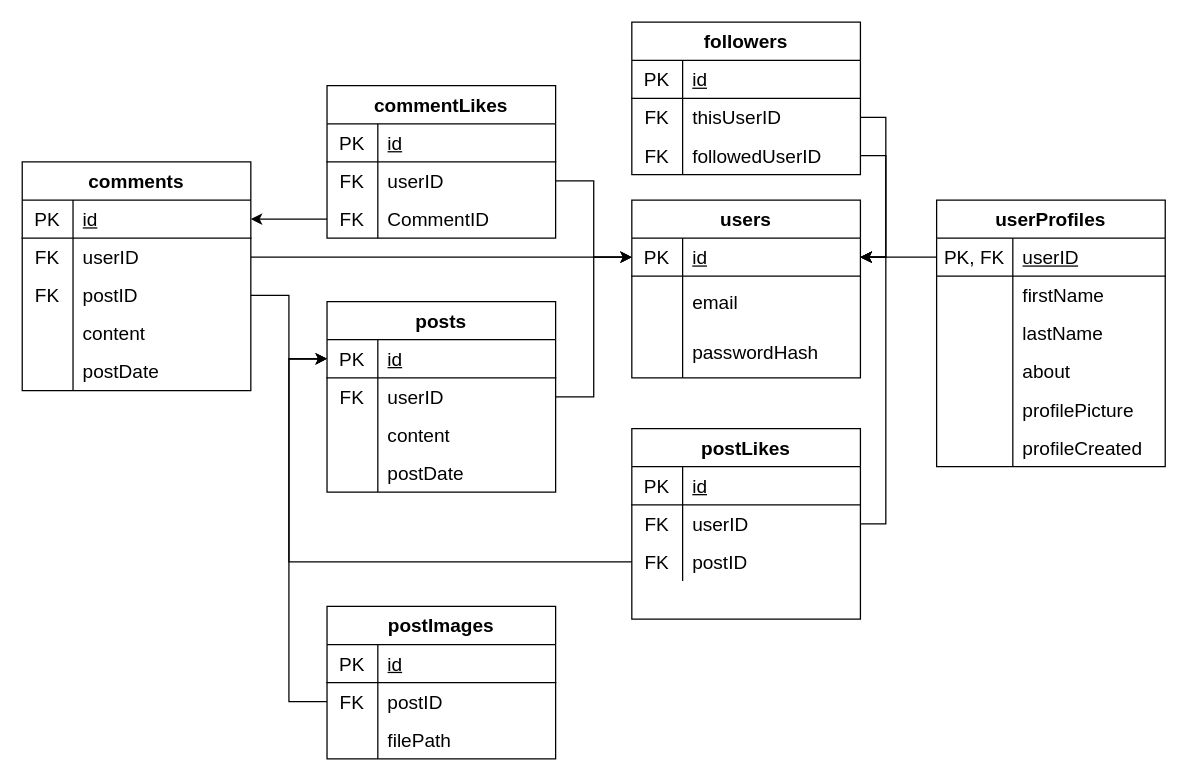
Earlier version of the draw.io diagram webbutveckling/Databaser/Moment4/relations.drawio (EliasEriksson/miun). Source tidied: cells renumbered, new cells numbered last; positions are measured from the earlier drawing's top-left corner, leaving out a move shared by most shapes. Both pictures are drawn from the tidied source at 127%, with x=0, y=0 at pixel (22, 22).
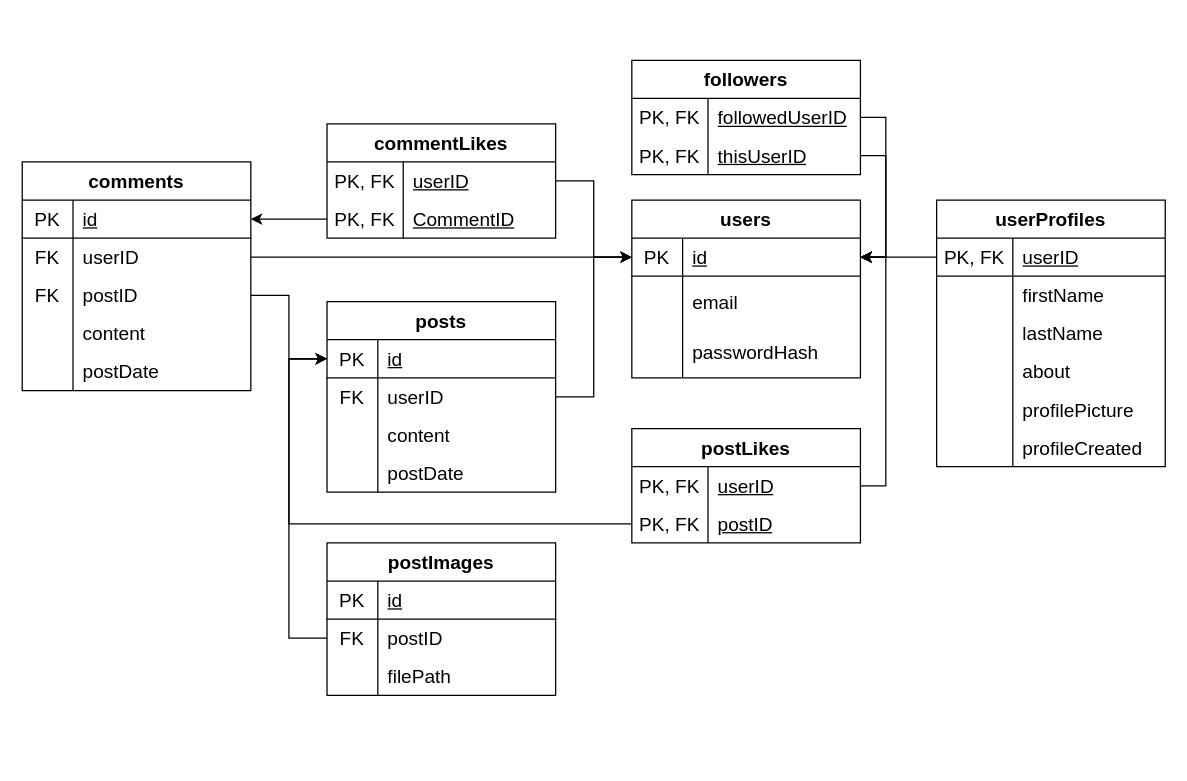
The same page after the edit.

Unchanged cells that the change refers to:
```xml
<mxCell id="3" style="shape=partialRectangle;html=1;whiteSpace=wrap;fillColor=none;top=0;left=0;bottom=1;right=0;points=[[0,0.5],[1,0.5]];portConstraint=eastwest;fontSize=15;" parent="2" vertex="1">
  <mxGeometry y="30" width="180" height="30" as="geometry" />
</mxCell>
<mxCell id="13" style="shape=partialRectangle;html=1;whiteSpace=wrap;fillColor=none;top=0;left=0;bottom=1;right=0;points=[[0,0.5],[1,0.5]];portConstraint=eastwest;fontSize=15;" parent="12" vertex="1">
  <mxGeometry y="30" width="180" height="30" as="geometry" />
</mxCell>
<mxCell id="84" style="shape=partialRectangle;html=1;whiteSpace=wrap;fillColor=none;top=0;left=0;bottom=0;right=0;points=[[0,0.5],[1,0.5]];portConstraint=eastwest;fontSize=15;" parent="80" vertex="1">
  <mxGeometry y="60" width="180" height="30" as="geometry" />
</mxCell>
<mxCell id="94" style="shape=partialRectangle;html=1;whiteSpace=wrap;fillColor=none;top=0;left=0;bottom=0;right=0;points=[[0,0.5],[1,0.5]];portConstraint=eastwest;fontSize=15;" parent="90" vertex="1">
  <mxGeometry y="60" width="180" height="30" as="geometry" />
</mxCell>
```

Change to the diagram source:
```diff
@@
     <mxCell id="25" value="commentLikes" style="shape=table;html=1;whiteSpace=wrap;startSize=30;childLayout=tableLayout;rowLines=0;fontStyle=1;align=center;fontSize=15;" parent="1" vertex="1">
-      <mxGeometry x="240" y="50" width="180" height="120" as="geometry" />
+      <mxGeometry x="240" y="80" width="180" height="90" as="geometry" />
     </mxCell>
-    <mxCell id="26" style="shape=partialRectangle;html=1;whiteSpace=wrap;fillColor=none;top=0;left=0;bottom=1;right=0;fontSize=15;" parent="25" vertex="1">
-      <mxGeometry y="30" width="180" height="30" as="geometry" />
-    </mxCell>
-    <mxCell id="27" value="PK" style="shape=partialRectangle;html=1;whiteSpace=wrap;fillColor=none;top=0;left=0;bottom=0;right=0;overflow=hidden;fontSize=15;" parent="26" vertex="1">
-      <mxGeometry width="40" height="30" as="geometry" />
-    </mxCell>
-    <mxCell id="28" value="&lt;u style=&quot;font-size: 15px;&quot;&gt;id&lt;/u&gt;" style="shape=partialRectangle;html=1;whiteSpace=wrap;fillColor=none;top=0;left=0;bottom=0;right=0;align=left;spacingLeft=6;overflow=hidden;fontSize=15;" parent="26" vertex="1">
-      <mxGeometry x="40" width="140" height="30" as="geometry" />
-    </mxCell>
     <mxCell id="29" style="shape=partialRectangle;html=1;whiteSpace=wrap;fillColor=none;top=0;left=0;bottom=0;right=0;points=[[0,0.5],[1,0.5]];portConstraint=eastwest;fontSize=15;" parent="25" vertex="1">
-      <mxGeometry y="60" width="180" height="30" as="geometry" />
+      <mxGeometry y="30" width="180" height="30" as="geometry" />
     </mxCell>
-    <mxCell id="30" value="FK" style="shape=partialRectangle;html=1;whiteSpace=wrap;fillColor=none;top=0;left=0;bottom=0;right=0;overflow=hidden;fontSize=15;" parent="29" vertex="1">
-      <mxGeometry width="40" height="30" as="geometry" />
+    <mxCell id="30" value="PK, FK" style="shape=partialRectangle;html=1;whiteSpace=wrap;fillColor=none;top=0;left=0;bottom=0;right=0;overflow=hidden;fontSize=15;" parent="29" vertex="1">
+      <mxGeometry width="60" height="30" as="geometry" />
     </mxCell>
-    <mxCell id="31" value="userID" style="shape=partialRectangle;html=1;whiteSpace=wrap;fillColor=none;top=0;left=0;bottom=0;right=0;align=left;spacingLeft=6;overflow=hidden;fontSize=15;" parent="29" vertex="1">
-      <mxGeometry x="40" width="140" height="30" as="geometry" />
+    <mxCell id="31" value="&lt;u&gt;userID&lt;/u&gt;" style="shape=partialRectangle;html=1;whiteSpace=wrap;fillColor=none;top=0;left=0;bottom=0;right=0;align=left;spacingLeft=6;overflow=hidden;fontSize=15;" parent="29" vertex="1">
+      <mxGeometry x="60" width="120" height="30" as="geometry" />
     </mxCell>
     <mxCell id="32" style="shape=partialRectangle;html=1;whiteSpace=wrap;fillColor=none;top=0;left=0;bottom=0;right=0;points=[[0,0.5],[1,0.5]];portConstraint=eastwest;fontSize=15;" parent="25" vertex="1">
-      <mxGeometry y="90" width="180" height="30" as="geometry" />
+      <mxGeometry y="60" width="180" height="30" as="geometry" />
     </mxCell>
-    <mxCell id="33" value="FK" style="shape=partialRectangle;html=1;whiteSpace=wrap;fillColor=none;top=0;left=0;bottom=0;right=0;overflow=hidden;fontSize=15;" parent="32" vertex="1">
-      <mxGeometry width="40" height="30" as="geometry" />
+    <mxCell id="33" value="PK, FK" style="shape=partialRectangle;html=1;whiteSpace=wrap;fillColor=none;top=0;left=0;bottom=0;right=0;overflow=hidden;fontSize=15;" parent="32" vertex="1">
+      <mxGeometry width="60" height="30" as="geometry" />
     </mxCell>
-    <mxCell id="34" value="CommentID" style="shape=partialRectangle;html=1;whiteSpace=wrap;fillColor=none;top=0;left=0;bottom=0;right=0;align=left;spacingLeft=6;overflow=hidden;fontSize=15;" parent="32" vertex="1">
-      <mxGeometry x="40" width="140" height="30" as="geometry" />
+    <mxCell id="34" value="&lt;u&gt;CommentID&lt;/u&gt;" style="shape=partialRectangle;html=1;whiteSpace=wrap;fillColor=none;top=0;left=0;bottom=0;right=0;align=left;spacingLeft=6;overflow=hidden;fontSize=15;" parent="32" vertex="1">
+      <mxGeometry x="60" width="120" height="30" as="geometry" />
     </mxCell>
@@
+    <mxCell id="111" style="edgeStyle=orthogonalEdgeStyle;rounded=0;jettySize=auto;html=1;entryX=1;entryY=0.5;entryDx=0;entryDy=0;" parent="1" edge="1" source="70" target="3">
+      <mxGeometry relative="1" as="geometry">
+        <Array as="points">
+          <mxPoint x="680" y="365" />
+          <mxPoint x="680" y="185" />
+        </Array>
+      </mxGeometry>
+    </mxCell>
     <mxCell id="70" value="postLikes" style="shape=table;html=1;whiteSpace=wrap;startSize=30;childLayout=tableLayout;rowLines=0;fontStyle=1;align=center;fontSize=15;" parent="1" vertex="1">
-      <mxGeometry x="480" y="320" width="180" height="150" as="geometry" />
+      <mxGeometry x="480" y="320" width="180" height="90" as="geometry" />
     </mxCell>
-    <mxCell id="71" style="shape=partialRectangle;html=1;whiteSpace=wrap;fillColor=none;top=0;left=0;bottom=1;right=0;fontSize=15;" parent="70" vertex="1">
-      <mxGeometry y="30" width="180" height="30" as="geometry" />
-    </mxCell>
-    <mxCell id="72" value="PK" style="shape=partialRectangle;html=1;whiteSpace=wrap;fillColor=none;top=0;left=0;bottom=0;right=0;overflow=hidden;fontSize=15;" parent="71" vertex="1">
-      <mxGeometry width="40" height="30" as="geometry" />
-    </mxCell>
-    <mxCell id="73" value="&lt;u style=&quot;font-size: 15px;&quot;&gt;id&lt;/u&gt;" style="shape=partialRectangle;html=1;whiteSpace=wrap;fillColor=none;top=0;left=0;bottom=0;right=0;align=left;spacingLeft=6;overflow=hidden;fontSize=15;" parent="71" vertex="1">
-      <mxGeometry x="40" width="140" height="30" as="geometry" />
-    </mxCell>
     <mxCell id="74" style="shape=partialRectangle;html=1;whiteSpace=wrap;fillColor=none;top=0;left=0;bottom=0;right=0;points=[[0,0.5],[1,0.5]];portConstraint=eastwest;fontSize=15;" parent="70" vertex="1">
-      <mxGeometry y="60" width="180" height="30" as="geometry" />
+      <mxGeometry y="30" width="180" height="30" as="geometry" />
     </mxCell>
-    <mxCell id="75" value="FK" style="shape=partialRectangle;html=1;whiteSpace=wrap;fillColor=none;top=0;left=0;bottom=0;right=0;overflow=hidden;fontSize=15;" parent="74" vertex="1">
-      <mxGeometry width="40" height="30" as="geometry" />
+    <mxCell id="75" value="PK, FK" style="shape=partialRectangle;html=1;whiteSpace=wrap;fillColor=none;top=0;left=0;bottom=0;right=0;overflow=hidden;fontSize=15;" parent="74" vertex="1">
+      <mxGeometry width="60" height="30" as="geometry" />
     </mxCell>
-    <mxCell id="76" value="userID" style="shape=partialRectangle;html=1;whiteSpace=wrap;fillColor=none;top=0;left=0;bottom=0;right=0;align=left;spacingLeft=6;overflow=hidden;fontSize=15;" parent="74" vertex="1">
-      <mxGeometry x="40" width="140" height="30" as="geometry" />
+    <mxCell id="76" value="&lt;u&gt;userID&lt;/u&gt;" style="shape=partialRectangle;html=1;whiteSpace=wrap;fillColor=none;top=0;left=0;bottom=0;right=0;align=left;spacingLeft=6;overflow=hidden;fontSize=15;" parent="74" vertex="1">
+      <mxGeometry x="60" width="120" height="30" as="geometry" />
     </mxCell>
     <mxCell id="77" style="shape=partialRectangle;html=1;whiteSpace=wrap;fillColor=none;top=0;left=0;bottom=0;right=0;points=[[0,0.5],[1,0.5]];portConstraint=eastwest;fontSize=15;" parent="70" vertex="1">
-      <mxGeometry y="90" width="180" height="30" as="geometry" />
+      <mxGeometry y="60" width="180" height="30" as="geometry" />
     </mxCell>
-    <mxCell id="78" value="FK" style="shape=partialRectangle;html=1;whiteSpace=wrap;fillColor=none;top=0;left=0;bottom=0;right=0;overflow=hidden;fontSize=15;" parent="77" vertex="1">
-      <mxGeometry width="40" height="30" as="geometry" />
+    <mxCell id="78" value="PK, FK" style="shape=partialRectangle;html=1;whiteSpace=wrap;fillColor=none;top=0;left=0;bottom=0;right=0;overflow=hidden;fontSize=15;" parent="77" vertex="1">
+      <mxGeometry width="60" height="30" as="geometry" />
     </mxCell>
-    <mxCell id="79" value="postID" style="shape=partialRectangle;html=1;whiteSpace=wrap;fillColor=none;top=0;left=0;bottom=0;right=0;align=left;spacingLeft=6;overflow=hidden;fontSize=15;" parent="77" vertex="1">
-      <mxGeometry x="40" width="140" height="30" as="geometry" />
+    <mxCell id="79" value="&lt;u&gt;postID&lt;/u&gt;" style="shape=partialRectangle;html=1;whiteSpace=wrap;fillColor=none;top=0;left=0;bottom=0;right=0;align=left;spacingLeft=6;overflow=hidden;fontSize=15;" parent="77" vertex="1">
+      <mxGeometry x="60" width="120" height="30" as="geometry" />
     </mxCell>
     <mxCell id="80" value="followers" style="shape=table;html=1;whiteSpace=wrap;startSize=30;childLayout=tableLayout;rowLines=0;fontStyle=1;align=center;fontSize=15;" parent="1" vertex="1">
-      <mxGeometry x="480" width="180" height="120" as="geometry" />
+      <mxGeometry x="480" y="30" width="180" height="90" as="geometry" />
     </mxCell>
-    <mxCell id="81" style="shape=partialRectangle;html=1;whiteSpace=wrap;fillColor=none;top=0;left=0;bottom=1;right=0;fontSize=15;" parent="80" vertex="1">
-      <mxGeometry y="30" width="180" height="30" as="geometry" />
-    </mxCell>
-    <mxCell id="82" value="PK" style="shape=partialRectangle;html=1;whiteSpace=wrap;fillColor=none;top=0;left=0;bottom=0;right=0;overflow=hidden;fontSize=15;" parent="81" vertex="1">
-      <mxGeometry width="40" height="30" as="geometry" />
-    </mxCell>
-    <mxCell id="83" value="&lt;u style=&quot;font-size: 15px;&quot;&gt;id&lt;/u&gt;" style="shape=partialRectangle;html=1;whiteSpace=wrap;fillColor=none;top=0;left=0;bottom=0;right=0;align=left;spacingLeft=6;overflow=hidden;fontSize=15;" parent="81" vertex="1">
-      <mxGeometry x="40" width="140" height="30" as="geometry" />
-    </mxCell>
+    <mxCell id="87" style="shape=partialRectangle;html=1;whiteSpace=wrap;fillColor=none;top=0;left=0;bottom=0;right=0;points=[[0,0.5],[1,0.5]];portConstraint=eastwest;fontSize=15;" parent="80" vertex="1">
+      <mxGeometry y="30" width="180" height="30" as="geometry" />
+    </mxCell>
+    <mxCell id="88" value="PK, FK" style="shape=partialRectangle;html=1;whiteSpace=wrap;fillColor=none;top=0;left=0;bottom=0;right=0;overflow=hidden;fontSize=15;" parent="87" vertex="1">
+      <mxGeometry width="60" height="30" as="geometry" />
+    </mxCell>
+    <mxCell id="89" value="&lt;u&gt;followedUserID&lt;/u&gt;" style="shape=partialRectangle;html=1;whiteSpace=wrap;fillColor=none;top=0;left=0;bottom=0;right=0;align=left;spacingLeft=6;overflow=hidden;fontSize=15;" parent="87" vertex="1">
+      <mxGeometry x="60" width="120" height="30" as="geometry" />
+    </mxCell>
@@
-    <mxCell id="85" value="FK" style="shape=partialRectangle;html=1;whiteSpace=wrap;fillColor=none;top=0;left=0;bottom=0;right=0;overflow=hidden;fontSize=15;" parent="84" vertex="1">
-      <mxGeometry width="40" height="30" as="geometry" />
+    <mxCell id="85" value="PK, FK" style="shape=partialRectangle;html=1;whiteSpace=wrap;fillColor=none;top=0;left=0;bottom=0;right=0;overflow=hidden;fontSize=15;" parent="84" vertex="1">
+      <mxGeometry width="60" height="30" as="geometry" />
     </mxCell>
-    <mxCell id="86" value="thisUserID" style="shape=partialRectangle;html=1;whiteSpace=wrap;fillColor=none;top=0;left=0;bottom=0;right=0;align=left;spacingLeft=6;overflow=hidden;fontSize=15;" parent="84" vertex="1">
-      <mxGeometry x="40" width="140" height="30" as="geometry" />
+    <mxCell id="86" value="&lt;u&gt;thisUserID&lt;/u&gt;" style="shape=partialRectangle;html=1;whiteSpace=wrap;fillColor=none;top=0;left=0;bottom=0;right=0;align=left;spacingLeft=6;overflow=hidden;fontSize=15;" parent="84" vertex="1">
+      <mxGeometry x="60" width="120" height="30" as="geometry" />
     </mxCell>
-    <mxCell id="87" style="shape=partialRectangle;html=1;whiteSpace=wrap;fillColor=none;top=0;left=0;bottom=0;right=0;points=[[0,0.5],[1,0.5]];portConstraint=eastwest;fontSize=15;" parent="80" vertex="1">
-      <mxGeometry y="90" width="180" height="30" as="geometry" />
-    </mxCell>
-    <mxCell id="88" value="FK" style="shape=partialRectangle;html=1;whiteSpace=wrap;fillColor=none;top=0;left=0;bottom=0;right=0;overflow=hidden;fontSize=15;" parent="87" vertex="1">
-      <mxGeometry width="40" height="30" as="geometry" />
-    </mxCell>
-    <mxCell id="89" value="followedUserID" style="shape=partialRectangle;html=1;whiteSpace=wrap;fillColor=none;top=0;left=0;bottom=0;right=0;align=left;spacingLeft=6;overflow=hidden;fontSize=15;" parent="87" vertex="1">
-      <mxGeometry x="40" width="140" height="30" as="geometry" />
-    </mxCell>
     <mxCell id="90" value="postImages" style="shape=table;html=1;whiteSpace=wrap;startSize=30;childLayout=tableLayout;rowLines=0;fontStyle=1;align=center;fontSize=15;" parent="1" vertex="1">
-      <mxGeometry x="240" y="460" width="180" height="120" as="geometry" />
+      <mxGeometry x="240" y="410" width="180" height="120" as="geometry" />
     </mxCell>
@@
     <mxCell id="106" style="edgeStyle=orthogonalEdgeStyle;rounded=0;jettySize=auto;html=1;entryX=0;entryY=0.5;entryDx=0;entryDy=0;fontSize=15;" parent="1" edge="1" source="94" target="13">
       <mxGeometry relative="1" as="geometry">
         <Array as="points">
-          <mxPoint x="210" y="535" />
+          <mxPoint x="210" y="485" />
           <mxPoint x="210" y="265" />
         </Array>
       </mxGeometry>
     </mxCell>
+    <mxCell id="110" style="edgeStyle=orthogonalEdgeStyle;rounded=0;jettySize=auto;html=1;entryX=1;entryY=0.5;entryDx=0;entryDy=0;" parent="1" edge="1" source="84" target="3">
+      <mxGeometry relative="1" as="geometry">
+        <Array as="points">
+          <mxPoint x="680" y="105" />
+          <mxPoint x="680" y="185" />
+        </Array>
+      </mxGeometry>
+    </mxCell>
+    <mxCell id="109" style="edgeStyle=orthogonalEdgeStyle;rounded=0;jettySize=auto;html=1;entryX=1;entryY=0.5;entryDx=0;entryDy=0;" parent="1" edge="1" source="87" target="3">
+      <mxGeometry relative="1" as="geometry">
+        <Array as="points">
+          <mxPoint x="680" y="75" />
+          <mxPoint x="680" y="185" />
+        </Array>
+      </mxGeometry>
+    </mxCell>
-    <mxCell id="107" style="edgeStyle=orthogonalEdgeStyle;rounded=0;jettySize=auto;html=1;entryX=0;entryY=0.5;entryDx=0;entryDy=0;fontSize=15;" parent="1" edge="1" source="77" target="13">
+    <mxCell id="107" style="edgeStyle=orthogonalEdgeStyle;rounded=0;jettySize=auto;html=1;entryX=0;entryY=0.5;entryDx=0;entryDy=0;" parent="1" edge="1" source="77" target="13">
       <mxGeometry relative="1" as="geometry">
         <Array as="points">
-          <mxPoint x="210" y="425" />
+          <mxPoint x="210" y="395" />
           <mxPoint x="210" y="265" />
         </Array>
       </mxGeometry>
     </mxCell>
-    <mxCell id="108" style="edgeStyle=orthogonalEdgeStyle;rounded=0;jettySize=auto;html=1;entryX=1;entryY=0.5;entryDx=0;entryDy=0;fontSize=15;" parent="1" edge="1" source="74" target="3">
-      <mxGeometry relative="1" as="geometry">
-        <Array as="points">
-          <mxPoint x="680" y="395" />
-          <mxPoint x="680" y="185" />
-        </Array>
-      </mxGeometry>
-    </mxCell>
-    <mxCell id="109" style="edgeStyle=orthogonalEdgeStyle;rounded=0;jettySize=auto;html=1;entryX=1;entryY=0.5;entryDx=0;entryDy=0;fontSize=15;" parent="1" edge="1" source="87" target="3">
-      <mxGeometry relative="1" as="geometry">
-        <Array as="points">
-          <mxPoint x="680" y="105" />
-          <mxPoint x="680" y="185" />
-        </Array>
-      </mxGeometry>
-    </mxCell>
-    <mxCell id="110" style="edgeStyle=orthogonalEdgeStyle;rounded=0;jettySize=auto;html=1;entryX=1;entryY=0.5;entryDx=0;entryDy=0;fontSize=15;" parent="1" edge="1" source="84" target="3">
-      <mxGeometry relative="1" as="geometry">
-        <Array as="points">
-          <mxPoint x="680" y="75" />
-          <mxPoint x="680" y="185" />
-        </Array>
-      </mxGeometry>
-    </mxCell>
```
